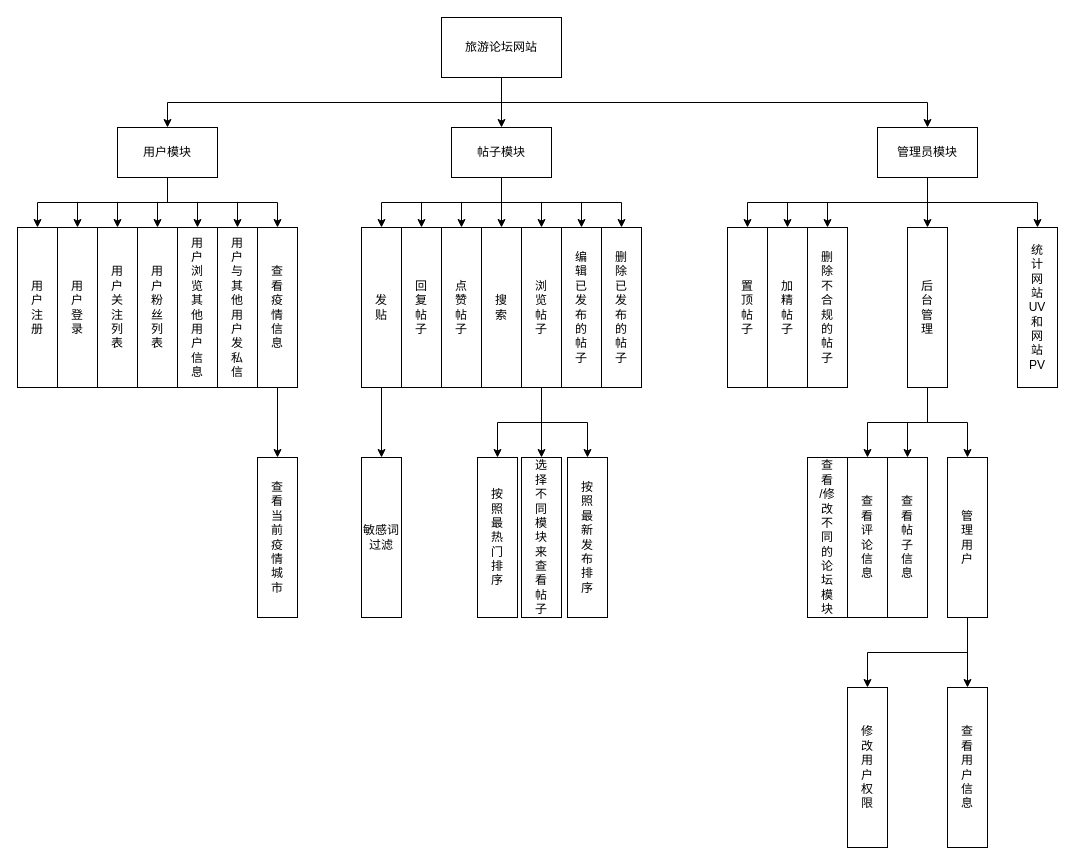
Above: Funtion.drawio in RedFlowerYeah/travelfourm (draw.io), before the change. Source tidied: cells renumbered, new cells numbered last; positions are measured from the earlier drawing's top-left corner, leaving out a move shared by most shapes. Both pictures are drawn from the tidied source at 100%, with x=0, y=0 at pixel (17, 17).
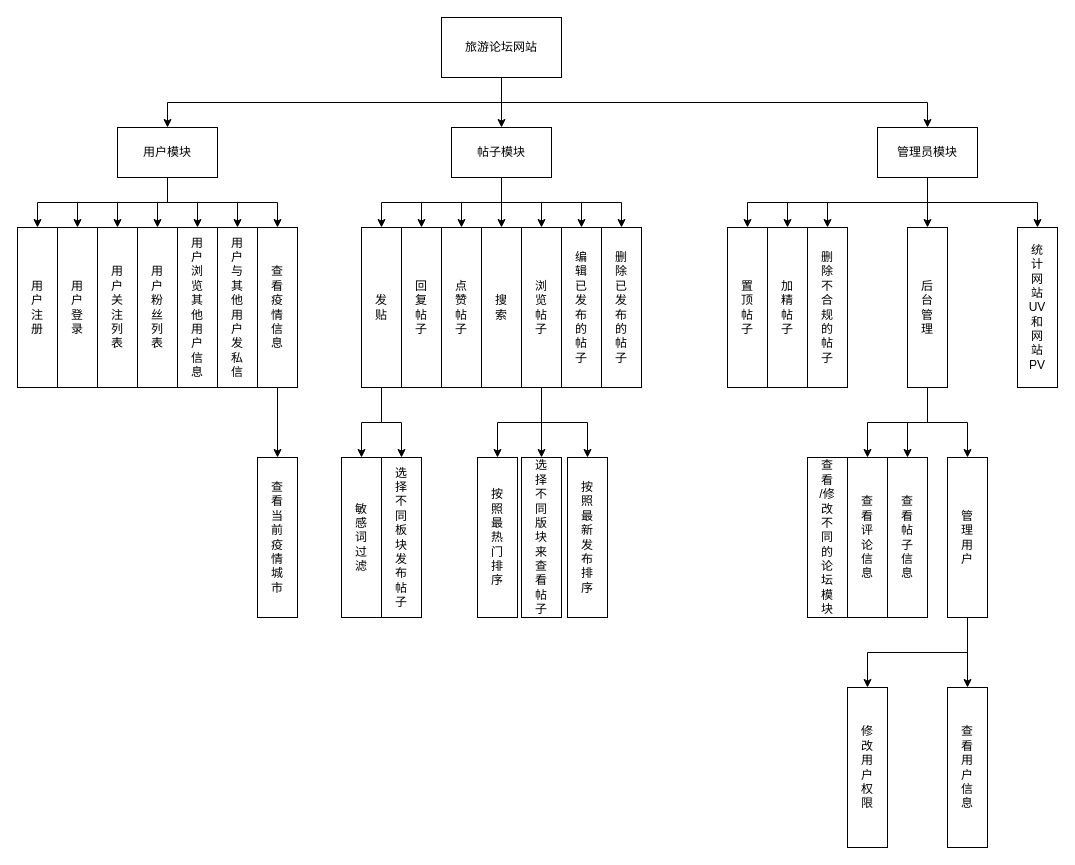
Above is the later version.

Unchanged cells that the change refers to:
```xml
<mxCell id="35" value="发&lt;br&gt;贴" style="rounded=0;whiteSpace=wrap;html=1;" parent="1" vertex="1">
  <mxGeometry x="344" y="210" width="40" height="160" as="geometry" />
</mxCell>
```

Diff of the diagram source:
```diff
@@
+    <mxCell id="68" style="edgeStyle=orthogonalEdgeStyle;rounded=0;jettySize=auto;html=1;exitX=0.5;exitY=1;exitDx=0;exitDy=0;entryX=0.5;entryY=0;entryDx=0;entryDy=0;" parent="1" edge="1" source="35" target="69">
+      <mxGeometry relative="1" as="geometry" />
+    </mxCell>
@@
-    <mxCell id="56" value="敏感词过滤" style="rounded=0;whiteSpace=wrap;html=1;" parent="1" vertex="1">
-      <mxGeometry x="344" y="440" width="40" height="160" as="geometry" />
+    <mxCell id="56" value="敏&lt;br&gt;感&lt;br&gt;词&lt;br&gt;过&lt;br&gt;滤" style="rounded=0;whiteSpace=wrap;html=1;" parent="1" vertex="1">
+      <mxGeometry x="324" y="440" width="40" height="160" as="geometry" />
     </mxCell>
@@
-    <mxCell id="66" value="选&lt;br&gt;择&lt;br&gt;不&lt;br&gt;同&lt;br&gt;模&lt;br&gt;块&lt;br&gt;来&lt;br&gt;查&lt;br&gt;看&lt;br&gt;帖&lt;br&gt;子" style="rounded=0;whiteSpace=wrap;html=1;" parent="1" vertex="1">
+    <mxCell id="66" value="选&lt;br&gt;择&lt;br&gt;不&lt;br&gt;同&lt;br&gt;版&lt;br&gt;块&lt;br&gt;来&lt;br&gt;查&lt;br&gt;看&lt;br&gt;帖&lt;br&gt;子" style="rounded=0;whiteSpace=wrap;html=1;" parent="1" vertex="1">
       <mxGeometry x="504" y="440" width="40" height="160" as="geometry" />
     </mxCell>
@@
+    <mxCell id="69" value="选&lt;br&gt;择&lt;br&gt;不&lt;br&gt;同&lt;br&gt;板&lt;br&gt;块&lt;br&gt;发&lt;br&gt;布&lt;br&gt;帖&lt;br&gt;子" style="rounded=0;whiteSpace=wrap;html=1;" parent="1" vertex="1">
+      <mxGeometry x="364" y="440" width="40" height="160" as="geometry" />
+    </mxCell>
```
